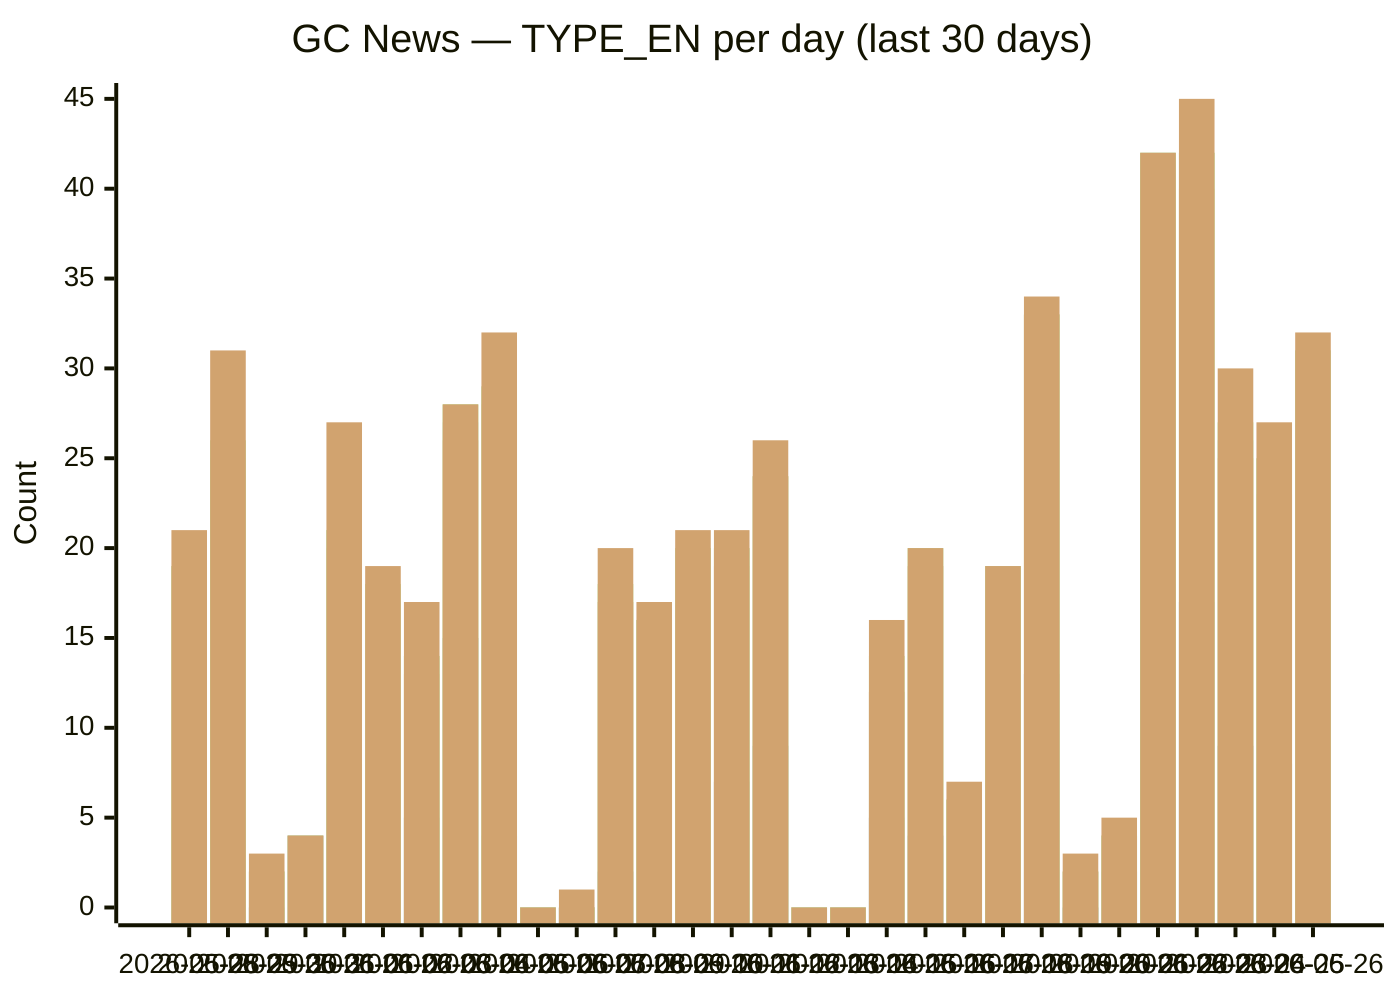
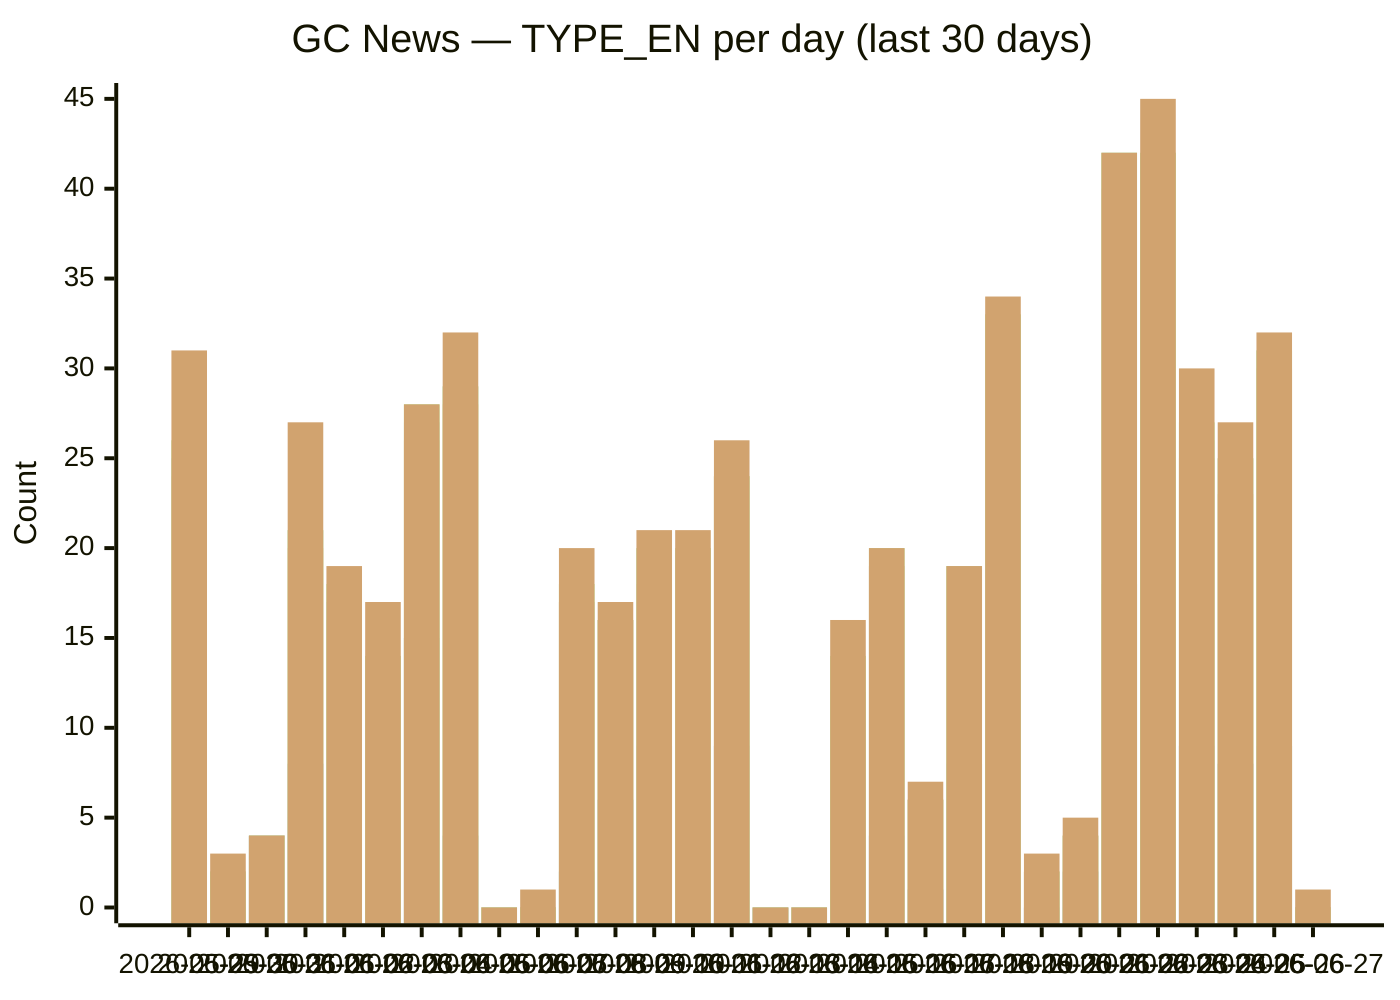
xychart-beta
  title "GC News — TYPE_EN per day (last 30 days)"
-   x-axis [2026-05-28, 2026-05-29, 2026-05-30, 2026-05-31, 2026-06-01, 2026-06-02, 2026-06-03, 2026-06-04, 2026-06-05, 2026-06-06, 2026-06-07, 2026-06-08, 2026-06-09, 2026-06-10, 2026-06-11, 2026-06-12, 2026-06-13, 2026-06-14, 2026-06-15, 2026-06-16, 2026-06-17, 2026-06-18, 2026-06-19, 2026-06-20, 2026-06-21, 2026-06-22, 2026-06-23, 2026-06-24, 2026-06-25, 2026-06-26]
+   x-axis [2026-05-29, 2026-05-30, 2026-05-31, 2026-06-01, 2026-06-02, 2026-06-03, 2026-06-04, 2026-06-05, 2026-06-06, 2026-06-07, 2026-06-08, 2026-06-09, 2026-06-10, 2026-06-11, 2026-06-12, 2026-06-13, 2026-06-14, 2026-06-15, 2026-06-16, 2026-06-17, 2026-06-18, 2026-06-19, 2026-06-20, 2026-06-21, 2026-06-22, 2026-06-23, 2026-06-24, 2026-06-25, 2026-06-26, 2026-06-27]
  y-axis "Count" 0 --> 45
-   bar backgrounders [1, 1, 0, 0, 5, 2, 2, 2, 0, 0, 0, 0, 3, 2, 0, 3, 0, 0, 2, 3, 1, 2, 2, 0, 0, 3, 6, 2, 2, 3]
-   bar "media advisories" [5, 5, 0, 4, 8, 6, 5, 15, 4, 0, 0, 2, 6, 9, 7, 9, 0, 0, 5, 4, 1, 8, 13, 0, 2, 18, 17, 9, 8, 9]
-   bar "news releases" [19, 24, 2, 4, 20, 16, 13, 26, 28, 0, 0, 17, 16, 18, 19, 24, 0, 0, 12, 19, 6, 19, 33, 2, 4, 40, 40, 25, 23, 30]
-   bar readouts [19, 25, 2, 4, 21, 17, 14, 27, 29, 0, 0, 17, 16, 20, 20, 24, 0, 0, 12, 19, 6, 19, 33, 2, 4, 42, 42, 26, 25, 31]
-   bar speeches [19, 26, 2, 4, 21, 18, 14, 28, 29, 0, 0, 18, 16, 20, 20, 24, 0, 0, 14, 20, 6, 19, 33, 2, 4, 42, 42, 27, 25, 31]
-   bar statements [21, 31, 3, 4, 27, 19, 17, 28, 32, 0, 1, 20, 17, 21, 21, 26, 0, 0, 16, 20, 7, 19, 34, 3, 5, 42, 45, 30, 27, 32]
+   bar backgrounders [1, 0, 0, 5, 2, 2, 2, 0, 0, 0, 0, 3, 2, 0, 3, 0, 0, 2, 3, 1, 2, 2, 0, 0, 3, 6, 2, 2, 3, 0]
+   bar "media advisories" [5, 0, 4, 8, 6, 5, 15, 4, 0, 0, 2, 6, 9, 7, 9, 0, 0, 5, 4, 1, 8, 13, 0, 2, 18, 17, 9, 8, 9, 0]
+   bar "news releases" [24, 2, 4, 20, 16, 13, 26, 28, 0, 0, 17, 16, 18, 19, 24, 0, 0, 12, 19, 6, 19, 33, 2, 4, 40, 40, 25, 23, 30, 0]
+   bar readouts [25, 2, 4, 21, 17, 14, 27, 29, 0, 0, 17, 16, 20, 20, 24, 0, 0, 12, 19, 6, 19, 33, 2, 4, 42, 42, 26, 25, 31, 0]
+   bar speeches [26, 2, 4, 21, 18, 14, 28, 29, 0, 0, 18, 16, 20, 20, 24, 0, 0, 14, 20, 6, 19, 33, 2, 4, 42, 42, 27, 25, 31, 0]
+   bar statements [31, 3, 4, 27, 19, 17, 28, 32, 0, 1, 20, 17, 21, 21, 26, 0, 0, 16, 20, 7, 19, 34, 3, 5, 42, 45, 30, 27, 32, 1]
